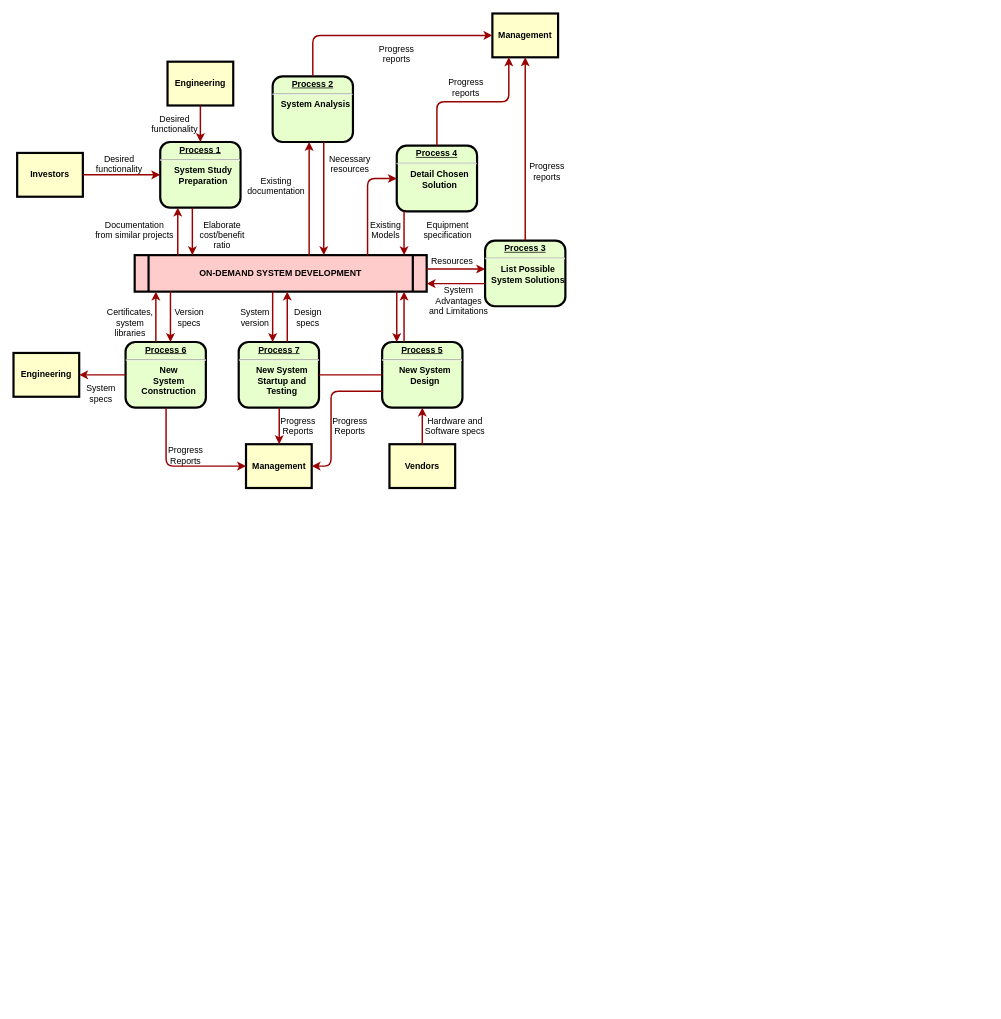
Earlier version of the draw.io diagram 未命名绘图.drawio (lemonade1258/pr_test_myself). Source tidied: cells renumbered, new cells numbered last; positions are measured from the earlier drawing's top-left corner, leaving out a move shared by most shapes. Both pictures are drawn from the tidied source at 73%, with x=0, y=0 at pixel (13, 13).
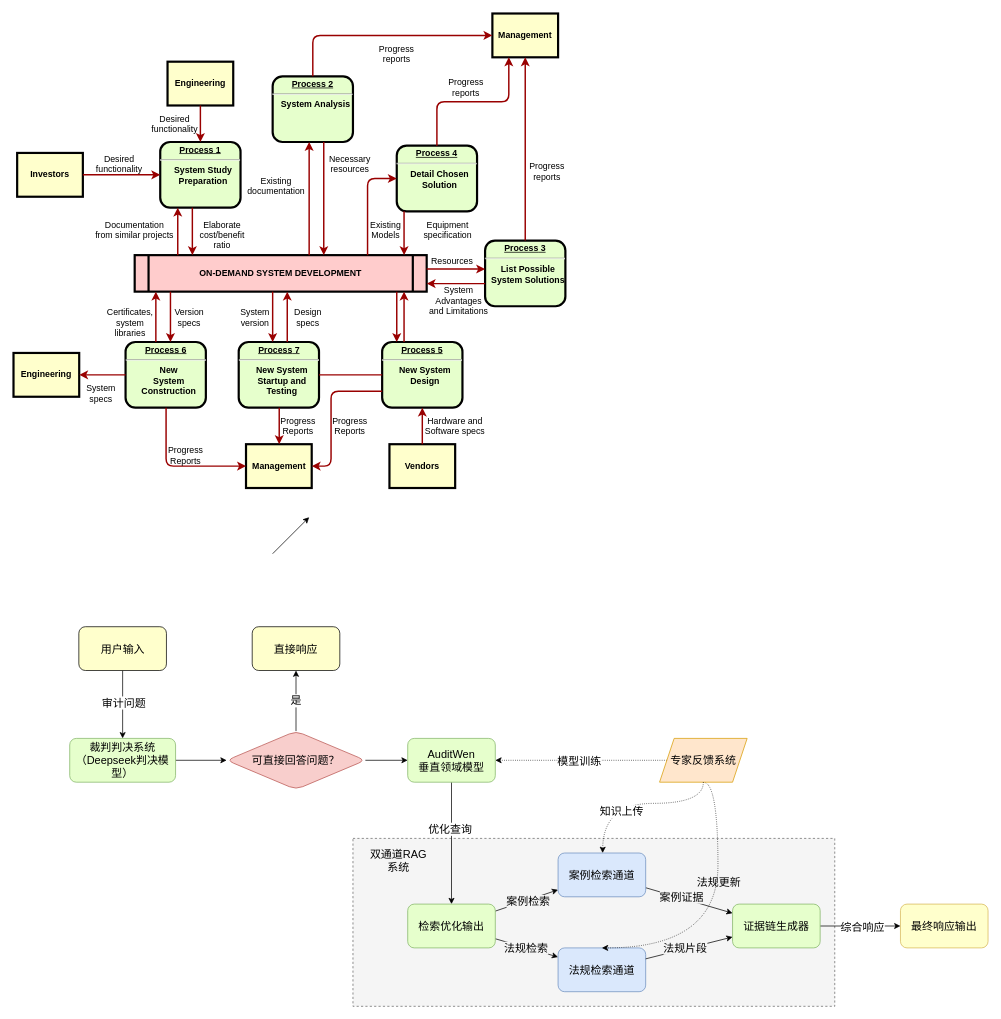
The same page after the edit.

Commit message:
更新未命名绘图.drawio

Diff of the diagram source:
```diff
@@
+    <mxCell id="63" style="rounded=0;whiteSpace=wrap;html=1;fillStyle=auto;dashed=1;fillColor=#f5f5f5;fontColor=#333333;strokeColor=#666666;fontSize=15;" parent="1" vertex="1">
+      <mxGeometry x="465" y="1130" width="660" height="230" as="geometry" />
+    </mxCell>
@@
+    <mxCell id="64" style="edgeStyle=orthogonalEdgeStyle;rounded=0;jettySize=auto;html=1;fontSize=15;" parent="1" edge="1" source="66" target="69">
+      <mxGeometry relative="1" as="geometry" />
+    </mxCell>
+    <mxCell id="65" value="审计问题" style="edgeLabel;html=1;align=center;verticalAlign=middle;fontSize=15;" parent="64" vertex="1">
+      <mxGeometry x="-0.08" y="1" relative="1" as="geometry" />
+    </mxCell>
+    <mxCell id="66" value="用户输入" style="rounded=1;whiteSpace=wrap;html=1;fillColor=light-dark(#ffffcc, #ededed);fontSize=15;" parent="1" vertex="1">
+      <mxGeometry x="89.5" y="840" width="120" height="60" as="geometry" />
+    </mxCell>
+    <mxCell id="67" style="endArrow=classic;html=1;rounded=0;" parent="1" edge="1">
+      <mxGeometry relative="1" as="geometry">
+        <mxPoint x="355" y="740" as="sourcePoint" />
+        <mxPoint x="405" y="690" as="targetPoint" />
+      </mxGeometry>
+    </mxCell>
+    <mxCell id="68" style="edgeStyle=orthogonalEdgeStyle;rounded=0;jettySize=auto;html=1;fontSize=15;" parent="1" edge="1" source="69" target="73">
+      <mxGeometry relative="1" as="geometry" />
+    </mxCell>
+    <mxCell id="69" value="裁判判决系统&lt;br&gt;（Deepseek判决模型）" style="whiteSpace=wrap;html=1;rounded=1;fillColor=light-dark(#e6ffcc, #1f2f1e);strokeColor=#82b366;fontSize=15;" parent="1" vertex="1">
+      <mxGeometry x="77" y="993" width="145" height="60" as="geometry" />
+    </mxCell>
+    <mxCell id="70" style="edgeStyle=orthogonalEdgeStyle;rounded=0;jettySize=auto;html=1;fontSize=15;" parent="1" edge="1" source="73" target="74">
+      <mxGeometry relative="1" as="geometry" />
+    </mxCell>
+    <mxCell id="71" value="是" style="edgeLabel;html=1;align=center;verticalAlign=middle;fontSize=15;" parent="70" vertex="1">
+      <mxGeometry x="-0.01" y="-2" relative="1" as="geometry">
+        <mxPoint x="-3" y="-2" as="offset" />
+      </mxGeometry>
+    </mxCell>
+    <mxCell id="72" style="edgeStyle=orthogonalEdgeStyle;rounded=0;jettySize=auto;html=1;fontSize=15;" parent="1" edge="1" source="73" target="77">
+      <mxGeometry relative="1" as="geometry" />
+    </mxCell>
+    <mxCell id="73" value="可直接回答问题？" style="rhombus;whiteSpace=wrap;html=1;rounded=1;fillColor=#f8cecc;strokeColor=#b85450;fontSize=15;" parent="1" vertex="1">
+      <mxGeometry x="292" y="983" width="190" height="80" as="geometry" />
+    </mxCell>
+    <mxCell id="74" value="直接响应" style="whiteSpace=wrap;html=1;rounded=1;fillColor=light-dark(#ffffcc, #ededed);fontSize=15;" parent="1" vertex="1">
+      <mxGeometry x="327" y="840" width="120" height="60" as="geometry" />
+    </mxCell>
+    <mxCell id="75" style="edgeStyle=orthogonalEdgeStyle;rounded=0;jettySize=auto;html=1;fontSize=15;" parent="1" edge="1" source="77" target="82">
+      <mxGeometry relative="1" as="geometry" />
+    </mxCell>
+    <mxCell id="76" value="优化查询" style="edgeLabel;html=1;align=center;verticalAlign=middle;fontSize=15;" parent="75" vertex="1">
+      <mxGeometry x="-0.21" y="2" relative="1" as="geometry">
+        <mxPoint x="-5" y="-3" as="offset" />
+      </mxGeometry>
+    </mxCell>
+    <mxCell id="77" value="AuditWen&lt;br&gt;垂直领域模型" style="whiteSpace=wrap;html=1;rounded=1;fillColor=light-dark(#e6ffcc, #1f2f1e);strokeColor=#82b366;fontSize=15;" parent="1" vertex="1">
+      <mxGeometry x="540" y="993" width="120" height="60" as="geometry" />
+    </mxCell>
+    <mxCell id="78" style="rounded=0;jettySize=auto;html=1;fontSize=15;" parent="1" edge="1" source="82" target="85">
+      <mxGeometry relative="1" as="geometry" />
+    </mxCell>
+    <mxCell id="79" value="案例检索" style="edgeLabel;html=1;align=center;verticalAlign=middle;labelBackgroundColor=light-dark(#f5f5f5, #ededed);fontSize=15;" parent="78" vertex="1">
+      <mxGeometry x="0.03" y="-1" relative="1" as="geometry" />
+    </mxCell>
+    <mxCell id="80" style="rounded=0;jettySize=auto;html=1;fontSize=15;" parent="1" edge="1" source="82" target="86">
+      <mxGeometry relative="1" as="geometry" />
+    </mxCell>
+    <mxCell id="81" value="法规检索" style="edgeLabel;html=1;align=center;verticalAlign=middle;labelBackgroundColor=light-dark(#f5f5f5, #ededed);fontSize=15;" parent="80" vertex="1">
+      <mxGeometry x="-0.03" relative="1" as="geometry" />
+    </mxCell>
+    <mxCell id="82" value="检索优化输出" style="whiteSpace=wrap;html=1;rounded=1;fillColor=light-dark(#e6ffcc, #1f2f1e);strokeColor=#82b366;fontSize=15;" parent="1" vertex="1">
+      <mxGeometry x="540" y="1220" width="120" height="60" as="geometry" />
+    </mxCell>
+    <mxCell id="83" style="rounded=0;jettySize=auto;html=1;fontSize=15;" parent="1" edge="1" source="85" target="89">
+      <mxGeometry relative="1" as="geometry" />
+    </mxCell>
+    <mxCell id="84" value="案例证据" style="edgeLabel;html=1;align=center;verticalAlign=middle;labelBackgroundColor=light-dark(#f5f5f5, #ededed);fontSize=15;" parent="83" vertex="1">
+      <mxGeometry x="-0.17" relative="1" as="geometry">
+        <mxPoint y="-2" as="offset" />
+      </mxGeometry>
+    </mxCell>
+    <mxCell id="85" value="案例检索通道" style="whiteSpace=wrap;html=1;rounded=1;fillColor=#dae8fc;strokeColor=#6c8ebf;fontSize=15;" parent="1" vertex="1">
+      <mxGeometry x="746" y="1150" width="120" height="60" as="geometry" />
+    </mxCell>
+    <mxCell id="86" value="法规检索通道" style="whiteSpace=wrap;html=1;rounded=1;fillColor=#dae8fc;strokeColor=#6c8ebf;fontSize=15;" parent="1" vertex="1">
+      <mxGeometry x="746" y="1280" width="120" height="60" as="geometry" />
+    </mxCell>
+    <mxCell id="87" style="edgeStyle=orthogonalEdgeStyle;rounded=0;jettySize=auto;html=1;fontSize=15;" parent="1" edge="1" source="89" target="97">
+      <mxGeometry relative="1" as="geometry" />
+    </mxCell>
+    <mxCell id="88" value="综合响应" style="edgeLabel;html=1;align=center;verticalAlign=middle;fontSize=15;" parent="87" vertex="1">
+      <mxGeometry x="0.04" relative="1" as="geometry" />
+    </mxCell>
+    <mxCell id="89" value="证据链生成器" style="whiteSpace=wrap;html=1;rounded=1;fillColor=light-dark(#e6ffcc, #1f2f1e);strokeColor=#82b366;fontSize=15;" parent="1" vertex="1">
+      <mxGeometry x="985" y="1220" width="120" height="60" as="geometry" />
+    </mxCell>
+    <mxCell id="90" style="rounded=0;jettySize=auto;html=1;exitX=1;exitY=0.25;exitDx=0;exitDy=0;entryX=0;entryY=0.75;entryDx=0;entryDy=0;fontSize=15;" parent="1" edge="1" source="86" target="89">
+      <mxGeometry relative="1" as="geometry" />
+    </mxCell>
+    <mxCell id="91" value="法规片段" style="edgeLabel;html=1;align=center;verticalAlign=middle;labelBackgroundColor=light-dark(#f5f5f5, #ededed);fontSize=15;" parent="90" vertex="1">
+      <mxGeometry x="-0.06" y="1" relative="1" as="geometry">
+        <mxPoint x="-2" as="offset" />
+      </mxGeometry>
+    </mxCell>
+    <mxCell id="92" style="edgeStyle=orthogonalEdgeStyle;rounded=0;jettySize=auto;html=1;exitX=0.5;exitY=1;exitDx=0;exitDy=0;entryX=0.5;entryY=0;entryDx=0;entryDy=0;curved=1;dashed=1;dashPattern=1 2;fontSize=15;" parent="1" edge="1" source="96" target="86">
+      <mxGeometry relative="1" as="geometry">
+        <Array as="points">
+          <mxPoint x="965" y="1053" />
+          <mxPoint x="965" y="1280" />
+        </Array>
+      </mxGeometry>
+    </mxCell>
+    <mxCell id="93" value="法规更新" style="edgeLabel;html=1;align=center;verticalAlign=middle;labelBackgroundColor=none;fontSize=15;" parent="92" vertex="1">
+      <mxGeometry x="-0.4" relative="1" as="geometry">
+        <mxPoint y="34" as="offset" />
+      </mxGeometry>
+    </mxCell>
+    <mxCell id="94" style="edgeStyle=orthogonalEdgeStyle;rounded=0;jettySize=auto;html=1;exitX=0;exitY=0.5;exitDx=0;exitDy=0;entryX=1;entryY=0.5;entryDx=0;entryDy=0;dashed=1;dashPattern=1 2;fontSize=15;" parent="1" edge="1" source="96" target="77">
+      <mxGeometry relative="1" as="geometry" />
+    </mxCell>
+    <mxCell id="95" value="模型训练" style="edgeLabel;html=1;align=center;verticalAlign=middle;fontSize=15;" parent="94" vertex="1">
+      <mxGeometry x="0.06" y="2" relative="1" as="geometry">
+        <mxPoint x="4" y="-2" as="offset" />
+      </mxGeometry>
+    </mxCell>
+    <mxCell id="96" value="专家反馈系统" style="shape=parallelogram;perimeter=parallelogramPerimeter;whiteSpace=wrap;html=1;fixedSize=1;fillColor=#ffe6cc;strokeColor=#d79b00;fontSize=15;" parent="1" vertex="1">
+      <mxGeometry x="885" y="993" width="120" height="60" as="geometry" />
+    </mxCell>
+    <mxCell id="97" value="最终响应输出" style="whiteSpace=wrap;html=1;rounded=1;fillColor=light-dark(#ffffcc, #281d00);strokeColor=#d6b656;fontSize=15;" parent="1" vertex="1">
+      <mxGeometry x="1215" y="1220" width="120" height="60" as="geometry" />
+    </mxCell>
+    <mxCell id="98" value="双通道RAG系统" style="text;html=1;align=center;verticalAlign=middle;whiteSpace=wrap;rounded=0;fontSize=15;" parent="1" vertex="1">
+      <mxGeometry x="485" y="1140" width="85" height="39" as="geometry" />
+    </mxCell>
+    <mxCell id="99" style="edgeStyle=orthogonalEdgeStyle;rounded=0;jettySize=auto;html=1;entryX=0.5;entryY=0;entryDx=0;entryDy=0;dashed=1;dashPattern=1 2;fontSize=15;curved=1;exitX=0.5;exitY=1;exitDx=0;exitDy=0;" parent="1" edge="1" source="96">
+      <mxGeometry relative="1" as="geometry">
+        <mxPoint x="807" y="1150" as="targetPoint" />
+        <Array as="points">
+          <mxPoint x="945" y="1082" />
+          <mxPoint x="808" y="1082" />
+        </Array>
+      </mxGeometry>
+    </mxCell>
+    <mxCell id="100" value="知识上传" style="edgeLabel;html=1;align=center;verticalAlign=middle;fontSize=15;" parent="99" vertex="1">
+      <mxGeometry x="0.06" y="2" relative="1" as="geometry">
+        <mxPoint x="-18" y="8" as="offset" />
+      </mxGeometry>
+    </mxCell>
```
